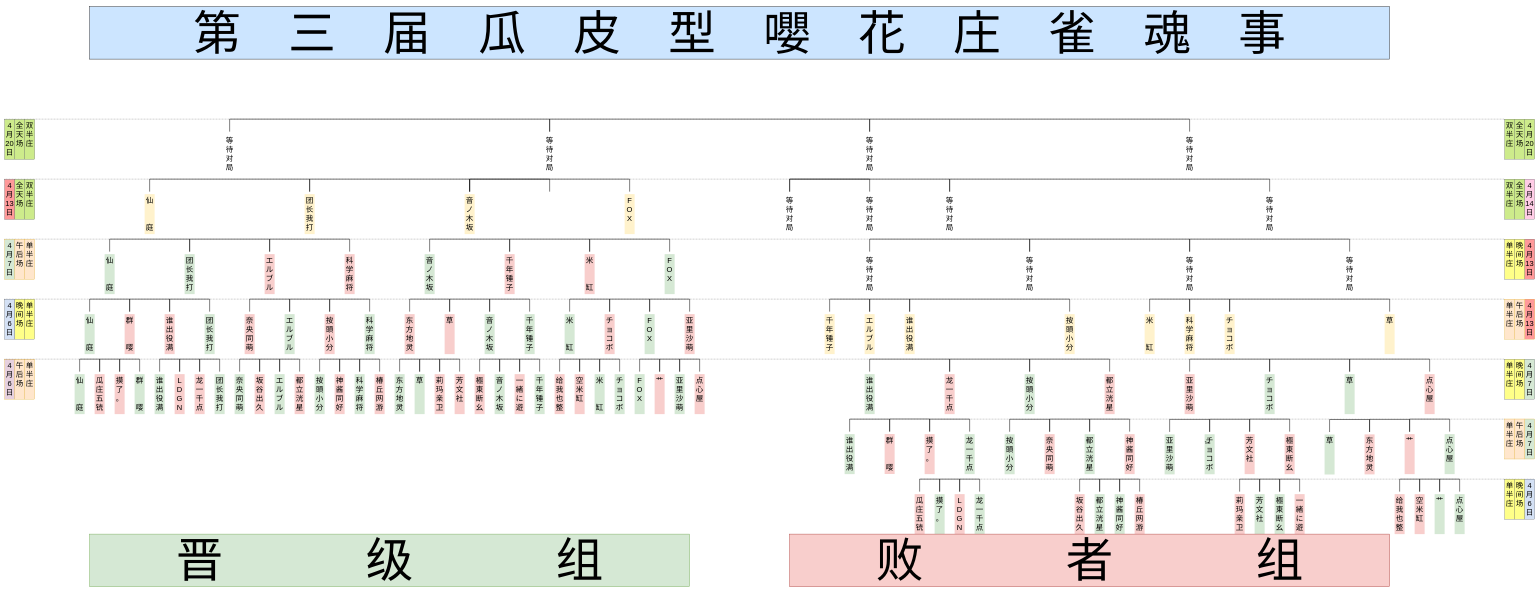
Before: Tree Diagram.drawio in psc2350/pcr.mahjong.pub, a draw.io diagram. Source tidied: cells renumbered, new cells numbered last; positions are measured from the earlier drawing's top-left corner, leaving out a move shared by most shapes. Both pictures are drawn from the tidied source at 25%, with x=0, y=0 at pixel (4, 6).
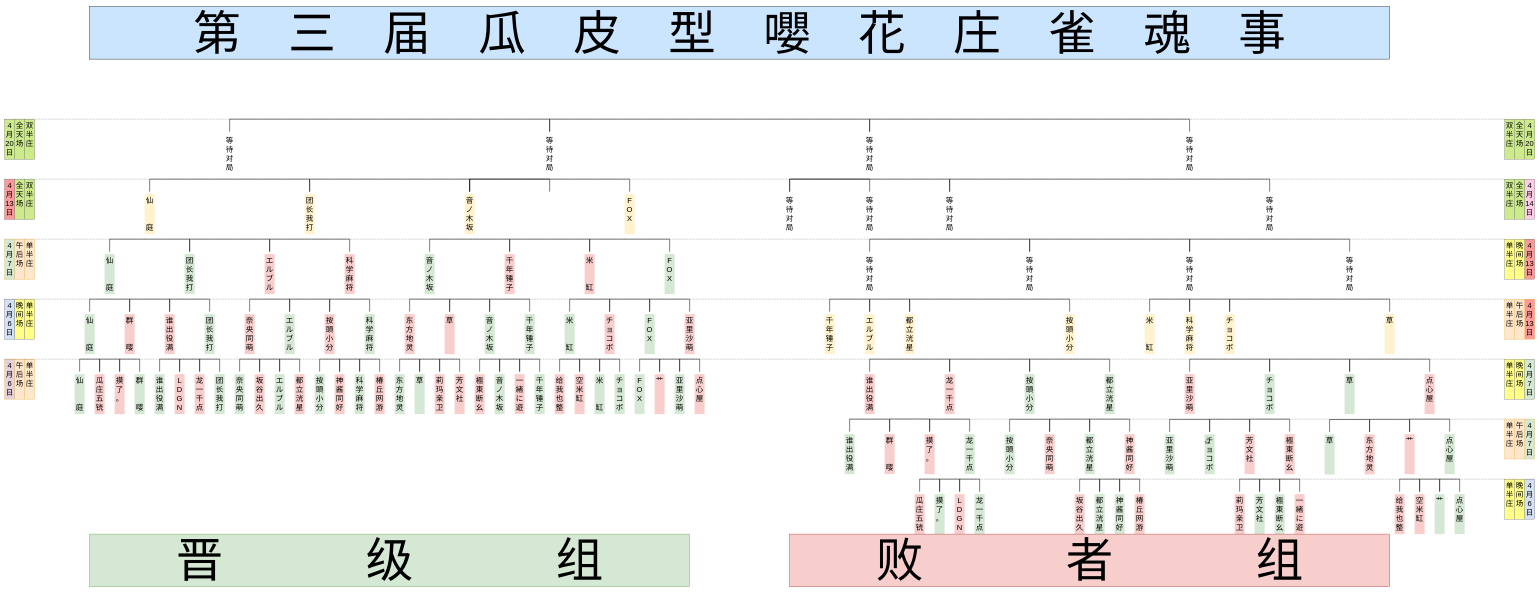
Above is the later version.

Unchanged cells that the change refers to:
```xml
<mxCell id="3" style="group;" parent="1" vertex="1">
  <mxGeometry x="280" y="450" width="5560" height="1660" as="geometry" />
</mxCell>
```

What changed in the source:
```diff
@@
-    <mxCell id="148" value="谁出役满&lt;br&gt;" style="text;html=1;strokeColor=none;fillColor=#D5E8D4;align=center;verticalAlign=top;whiteSpace=wrap;rounded=0;fontFamily=FZZhunYuan-M02;horizontal=1;fontSize=30;" parent="3" vertex="1">
+    <mxCell id="148" value="谁出役满&lt;br&gt;" style="text;html=1;strokeColor=none;fillColor=#F8CECC;align=center;verticalAlign=top;whiteSpace=wrap;rounded=0;fontFamily=FZZhunYuan-M02;horizontal=1;fontSize=30;" parent="3" vertex="1">
       <mxGeometry x="3160" y="1020" width="40" height="160" as="geometry" />
     </mxCell>
@@
-    <mxCell id="151" value="都立洸星&lt;br&gt;" style="text;html=1;strokeColor=none;fillColor=#F8CECC;align=center;verticalAlign=top;whiteSpace=wrap;rounded=0;fontFamily=FZZhunYuan-M02;horizontal=1;fontSize=30;" parent="3" vertex="1">
+    <mxCell id="151" value="都立洸星&lt;br&gt;" style="text;html=1;strokeColor=none;fillColor=#D5E8D4;align=center;verticalAlign=top;whiteSpace=wrap;rounded=0;fontFamily=FZZhunYuan-M02;horizontal=1;fontSize=30;" parent="3" vertex="1">
       <mxGeometry x="4120" y="1020" width="40" height="160" as="geometry" />
     </mxCell>
@@
-    <mxCell id="162" value="谁出役满&lt;br&gt;" style="text;html=1;strokeColor=none;fillColor=#FFF2CC;align=center;verticalAlign=top;whiteSpace=wrap;rounded=0;fontFamily=FZZhunYuan-M02;horizontal=1;fontSize=30;" parent="3" vertex="1">
+    <mxCell id="162" value="都立洸星" style="text;html=1;strokeColor=none;fillColor=#FFF2CC;align=center;verticalAlign=top;whiteSpace=wrap;rounded=0;fontFamily=FZZhunYuan-M02;horizontal=1;fontSize=30;" parent="3" vertex="1">
       <mxGeometry x="3320" y="780" width="40" height="160" as="geometry" />
     </mxCell>
```
